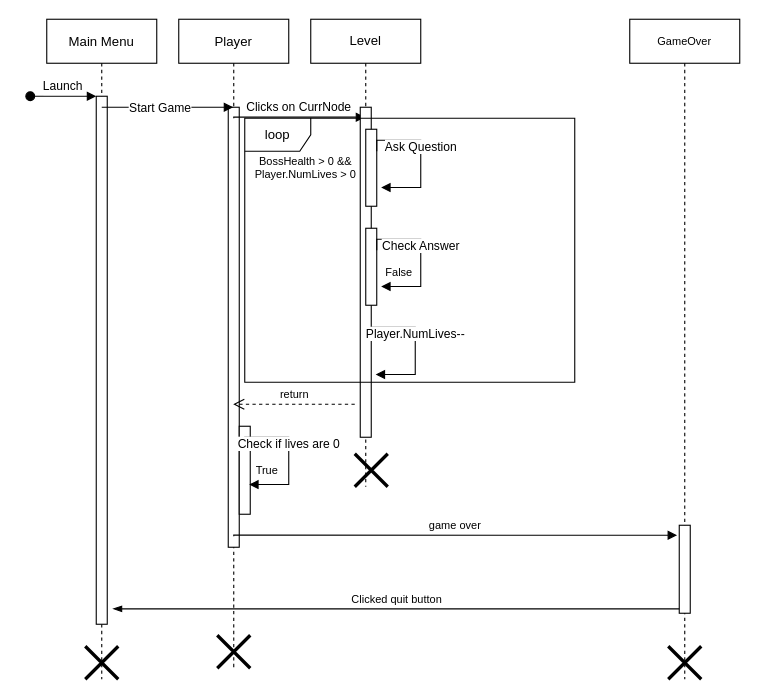
Before: Website/documents/SequenceDiagramIncorrectAnswer.drawio in derricklor/SWEProject, a draw.io diagram. Source tidied: cells renumbered, new cells numbered last; positions are measured from the earlier drawing's top-left corner, leaving out a move shared by most shapes. Both pictures are drawn from the tidied source at 110%, with x=0, y=0 at pixel (30, 19).
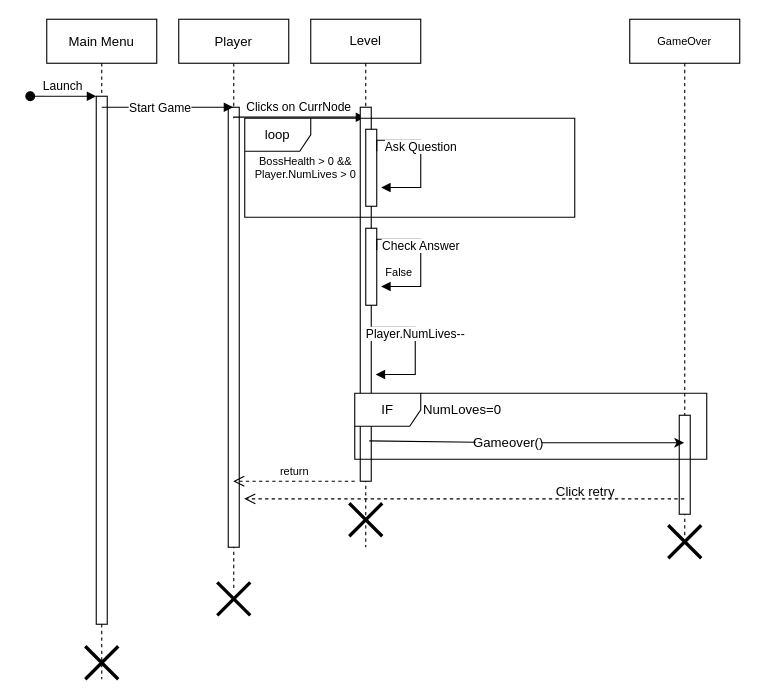
The same page after the edit.

The change refers to these unchanged cells:
```xml
<mxCell id="2" value="Main Menu" style="shape=umlLifeline;perimeter=lifelinePerimeter;rounded=0;shadow=0;strokeWidth=1;" parent="1" vertex="1">
  <mxGeometry x="15" width="100" height="600" as="geometry" />
</mxCell>
```

What changed in the source:
```diff
@@
-    <mxCell id="5" value="Clicked quit button" style="html=1;verticalAlign=bottom;endArrow=none;rounded=0;fontSize=10;edgeStyle=orthogonalEdgeStyle;entryX=0.1;entryY=0.95;entryDx=0;entryDy=0;entryPerimeter=0;startArrow=blockThin;startFill=1;endFill=0;" parent="2" edge="1" target="29">
-      <mxGeometry relative="1" as="geometry">
-        <mxPoint x="60" y="536" as="sourcePoint" />
-        <Array as="points">
-          <mxPoint x="60" y="536" />
-        </Array>
-      </mxGeometry>
-    </mxCell>
@@
     <mxCell id="7" value="Player" style="shape=umlLifeline;perimeter=lifelinePerimeter;rounded=0;shadow=0;strokeWidth=1;" parent="1" vertex="1">
-      <mxGeometry x="135" width="100" height="590" as="geometry" />
+      <mxGeometry x="135" width="100" height="520" as="geometry" />
     </mxCell>
@@
     <mxCell id="10" value="return" style="html=1;verticalAlign=bottom;endArrow=open;dashed=1;endSize=8;rounded=0;fontSize=10;edgeStyle=orthogonalEdgeStyle;" parent="7" edge="1" target="7">
       <mxGeometry relative="1" as="geometry">
-        <mxPoint x="160" y="350" as="sourcePoint" />
+        <mxPoint x="160" y="420" as="sourcePoint" />
         <Array as="points">
-          <mxPoint x="100" y="350" />
-          <mxPoint x="100" y="350" />
+          <mxPoint x="160" y="420" />
         </Array>
       </mxGeometry>
     </mxCell>
-    <mxCell id="11" style="html=1;perimeter=orthogonalPerimeter;fontSize=10;" parent="7" vertex="1">
-      <mxGeometry x="55" y="370" width="10" height="80" as="geometry" />
-    </mxCell>
-    <mxCell id="12" value="True" style="text;html=1;align=center;verticalAlign=middle;strokeColor=none;fillColor=none;fontSize=10;" parent="7" vertex="1">
-      <mxGeometry x="60" y="400" width="40" height="20" as="geometry" />
-    </mxCell>
-    <mxCell id="13" value="game over" style="html=1;verticalAlign=bottom;endArrow=block;rounded=0;fontSize=10;edgeStyle=orthogonalEdgeStyle;entryX=-0.2;entryY=0.113;entryDx=0;entryDy=0;entryPerimeter=0;" parent="7" edge="1" target="29">
-      <mxGeometry relative="1" as="geometry">
-        <mxPoint x="50" y="470" as="sourcePoint" />
-        <Array as="points">
-          <mxPoint x="50" y="469" />
-        </Array>
-      </mxGeometry>
-    </mxCell>
-    <mxCell id="14" style="shape=umlDestroy;whiteSpace=wrap;html=1;strokeWidth=3;" parent="7" vertex="1">
-      <mxGeometry x="35" y="560" width="30" height="30" as="geometry" />
-    </mxCell>
@@
     <mxCell id="16" value="Level" style="shape=umlLifeline;perimeter=lifelinePerimeter;whiteSpace=wrap;html=1;outlineConnect=0;" parent="1" vertex="1">
-      <mxGeometry x="255" width="100" height="425" as="geometry" />
+      <mxGeometry x="255" width="100" height="480" as="geometry" />
     </mxCell>
     <mxCell id="17" style="html=1;points=[];perimeter=orthogonalPerimeter;" parent="16" vertex="1">
-      <mxGeometry x="45" y="80" width="10" height="300" as="geometry" />
+      <mxGeometry x="45" y="80" width="10" height="340" as="geometry" />
     </mxCell>
@@
-    <mxCell id="23" style="shape=umlDestroy;whiteSpace=wrap;html=1;strokeWidth=3;" parent="16" vertex="1">
-      <mxGeometry x="40" y="395" width="30" height="30" as="geometry" />
-    </mxCell>
     <mxCell id="24" value="loop" style="shape=umlFrame;whiteSpace=wrap;html=1;" parent="1" vertex="1">
-      <mxGeometry x="195" y="90" width="300" height="240" as="geometry" />
+      <mxGeometry x="195" y="90" width="300" height="90" as="geometry" />
     </mxCell>
@@
-    <mxCell id="27" value="Check if lives are 0" style="html=1;verticalAlign=bottom;endArrow=block;rounded=0;edgeStyle=orthogonalEdgeStyle;entryX=1.4;entryY=0.757;entryDx=0;entryDy=0;entryPerimeter=0;" parent="1" edge="1">
-      <mxGeometry relative="1" as="geometry">
-        <mxPoint x="195" y="390" as="sourcePoint" />
-        <mxPoint x="199" y="423" as="targetPoint" />
-        <Array as="points">
-          <mxPoint x="195" y="380" />
-          <mxPoint x="235" y="380" />
-          <mxPoint x="235" y="423" />
-        </Array>
-      </mxGeometry>
-    </mxCell>
     <mxCell id="28" value="GameOver" style="shape=umlLifeline;perimeter=lifelinePerimeter;whiteSpace=wrap;html=1;outlineConnect=0;fontSize=10;" parent="1" vertex="1">
-      <mxGeometry x="545" width="100" height="600" as="geometry" />
+      <mxGeometry x="545" width="100" height="470" as="geometry" />
     </mxCell>
     <mxCell id="29" style="html=1;points=[];perimeter=orthogonalPerimeter;fontSize=10;" parent="28" vertex="1">
-      <mxGeometry x="45" y="460" width="10" height="80" as="geometry" />
+      <mxGeometry x="45" y="360" width="10" height="90" as="geometry" />
     </mxCell>
+    <mxCell id="23" style="shape=umlDestroy;whiteSpace=wrap;html=1;strokeWidth=3;" parent="1" vertex="1">
+      <mxGeometry x="290" y="440" width="30" height="30" as="geometry" />
+    </mxCell>
+    <mxCell id="31" value="IF" style="shape=umlFrame;whiteSpace=wrap;html=1;" parent="1" vertex="1">
+      <mxGeometry x="295" y="340" width="320" height="60" as="geometry" />
+    </mxCell>
+    <mxCell id="32" value="NumLoves=0" style="text;html=1;strokeColor=none;fillColor=none;align=center;verticalAlign=middle;whiteSpace=wrap;rounded=0;" parent="1" vertex="1">
+      <mxGeometry x="363" y="340" width="60" height="30" as="geometry" />
+    </mxCell>
+    <mxCell id="33" style="endArrow=classic;html=1;rounded=0;exitX=1;exitY=0.5;exitDx=0;exitDy=0;startArrow=none;" parent="1" edge="1" source="34" target="28">
+      <mxGeometry relative="1" as="geometry">
+        <Array as="points">
+          <mxPoint x="485" y="385" />
+        </Array>
+      </mxGeometry>
+    </mxCell>
+    <mxCell id="34" value="Gameover()" style="text;html=1;strokeColor=none;fillColor=none;align=center;verticalAlign=middle;whiteSpace=wrap;rounded=0;" parent="1" vertex="1">
+      <mxGeometry x="405" y="370" width="60" height="30" as="geometry" />
+    </mxCell>
+    <mxCell id="35" style="endArrow=none;html=1;rounded=0;exitX=0.82;exitY=0.892;exitDx=0;exitDy=0;exitPerimeter=0;" parent="1" edge="1" source="17" target="34">
+      <mxGeometry relative="1" as="geometry" />
+    </mxCell>
+    <mxCell id="36" value="Click retry" style="text;html=1;strokeColor=none;fillColor=none;align=center;verticalAlign=middle;whiteSpace=wrap;rounded=0;" parent="1" vertex="1">
+      <mxGeometry x="475" y="415" width="60" height="30" as="geometry" />
+    </mxCell>
-    <mxCell id="30" style="shape=umlDestroy;whiteSpace=wrap;html=1;strokeWidth=3;" parent="28" vertex="1">
-      <mxGeometry x="35" y="570" width="30" height="30" as="geometry" />
+    <mxCell id="30" style="shape=umlDestroy;whiteSpace=wrap;html=1;strokeWidth=3;" parent="1" vertex="1">
+      <mxGeometry x="580" y="460" width="30" height="30" as="geometry" />
     </mxCell>
+    <mxCell id="37" style="html=1;verticalAlign=bottom;endArrow=open;dashed=1;endSize=8;rounded=0;fontSize=10;edgeStyle=orthogonalEdgeStyle;" parent="1" edge="1">
+      <mxGeometry relative="1" as="geometry">
+        <mxPoint x="594.5" y="436" as="sourcePoint" />
+        <mxPoint x="194.5" y="436" as="targetPoint" />
+        <Array as="points">
+          <mxPoint x="555" y="436" />
+          <mxPoint x="555" y="436" />
+        </Array>
+      </mxGeometry>
+    </mxCell>
+    <mxCell id="14" style="shape=umlDestroy;whiteSpace=wrap;html=1;strokeWidth=3;" parent="1" vertex="1">
+      <mxGeometry x="170" y="512" width="30" height="30" as="geometry" />
+    </mxCell>
```
